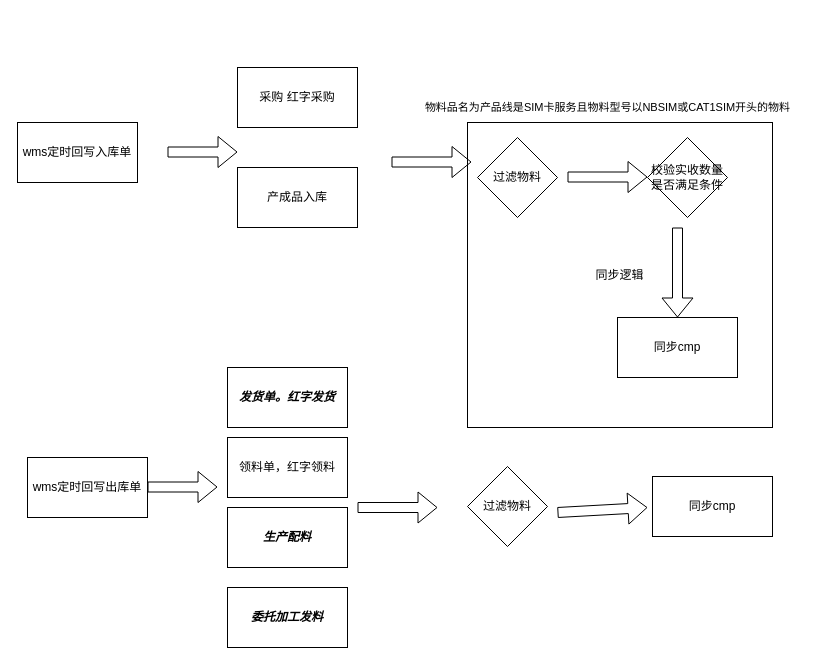
Above: sim.drawio in zckyuwang/spring-cloud-master (draw.io), before the change. Source tidied: cells renumbered, new cells numbered last; positions are measured from the earlier drawing's top-left corner, leaving out a move shared by most shapes. Both pictures are drawn from the tidied source at 100%, with x=0, y=0 at pixel (17, 67).
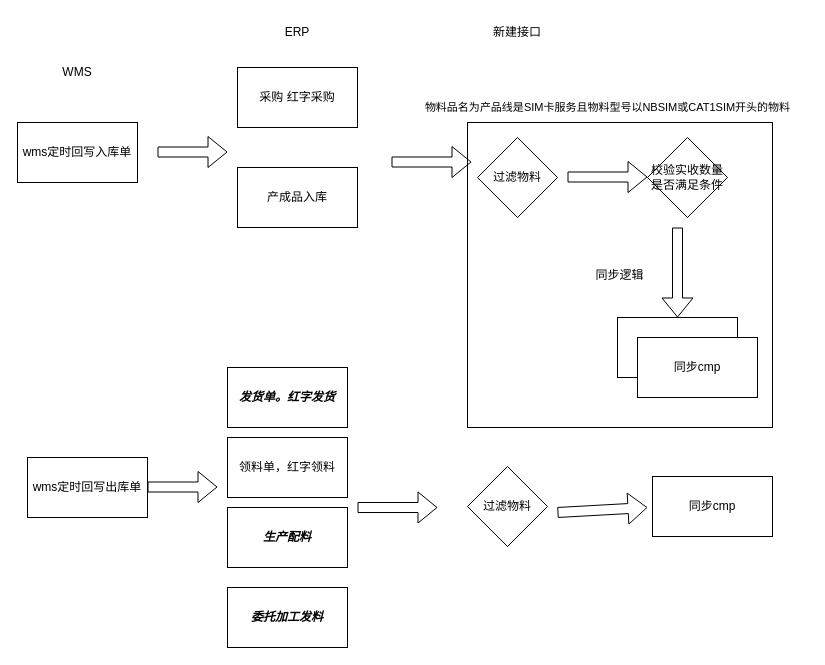
The same page after the edit.

Diff of the diagram source:
```diff
@@
     <mxCell id="19" style="shape=flexArrow;endArrow=classic;html=1;rounded=0;" parent="1" edge="1">
       <mxGeometry relative="1" as="geometry">
-        <mxPoint x="150" y="84.5" as="sourcePoint" />
-        <mxPoint x="220" y="84.5" as="targetPoint" />
+        <mxPoint x="140" y="84.5" as="sourcePoint" />
+        <mxPoint x="210" y="84.5" as="targetPoint" />
       </mxGeometry>
     </mxCell>
@@
+    <mxCell id="24" value="WMS" style="text;html=1;strokeColor=none;fillColor=none;align=center;verticalAlign=middle;whiteSpace=wrap;rounded=0;" parent="1" vertex="1">
+      <mxGeometry x="30" y="-10" width="60" height="30" as="geometry" />
+    </mxCell>
+    <mxCell id="25" value="同步cmp" style="rounded=0;whiteSpace=wrap;html=1;" parent="1" vertex="1">
+      <mxGeometry x="620" y="270" width="120" height="60" as="geometry" />
+    </mxCell>
+    <mxCell id="26" value="ERP" style="text;html=1;strokeColor=none;fillColor=none;align=center;verticalAlign=middle;whiteSpace=wrap;rounded=0;" parent="1" vertex="1">
+      <mxGeometry x="250" y="-50" width="60" height="30" as="geometry" />
+    </mxCell>
+    <mxCell id="27" value="新建接口" style="text;html=1;strokeColor=none;fillColor=none;align=center;verticalAlign=middle;whiteSpace=wrap;rounded=0;" parent="1" vertex="1">
+      <mxGeometry x="470" y="-50" width="60" height="30" as="geometry" />
+    </mxCell>
```
